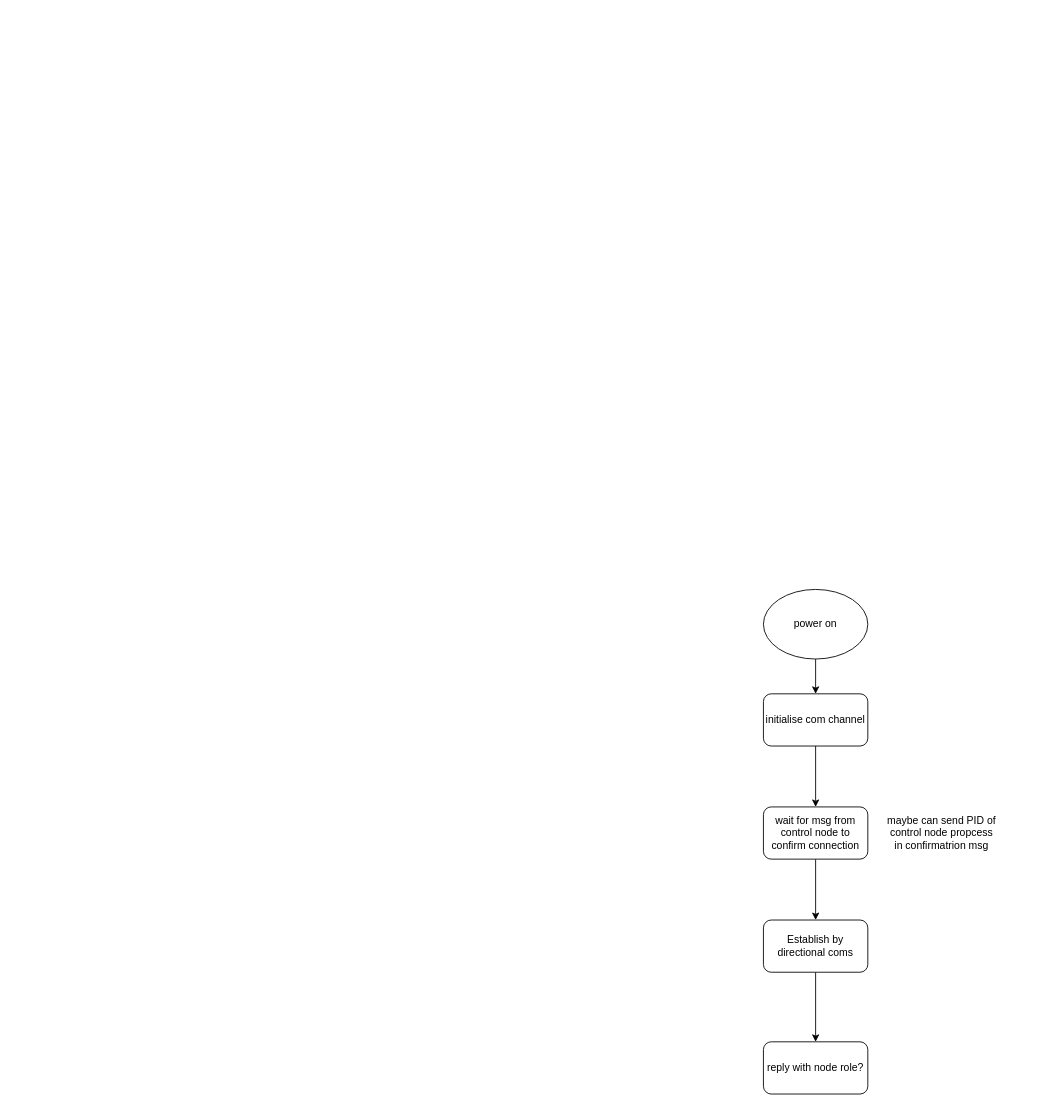
Above: 01_Software/05_Common/Status_update/flowchart.drawio in JayZiz/RTOS_Project_Group6 (draw.io), before the change. Source tidied: cells renumbered, new cells numbered last; positions are measured from the earlier drawing's top-left corner, leaving out a move shared by most shapes. Both pictures are drawn from the tidied source at 87%, with x=0, y=0 at pixel (763, 589).
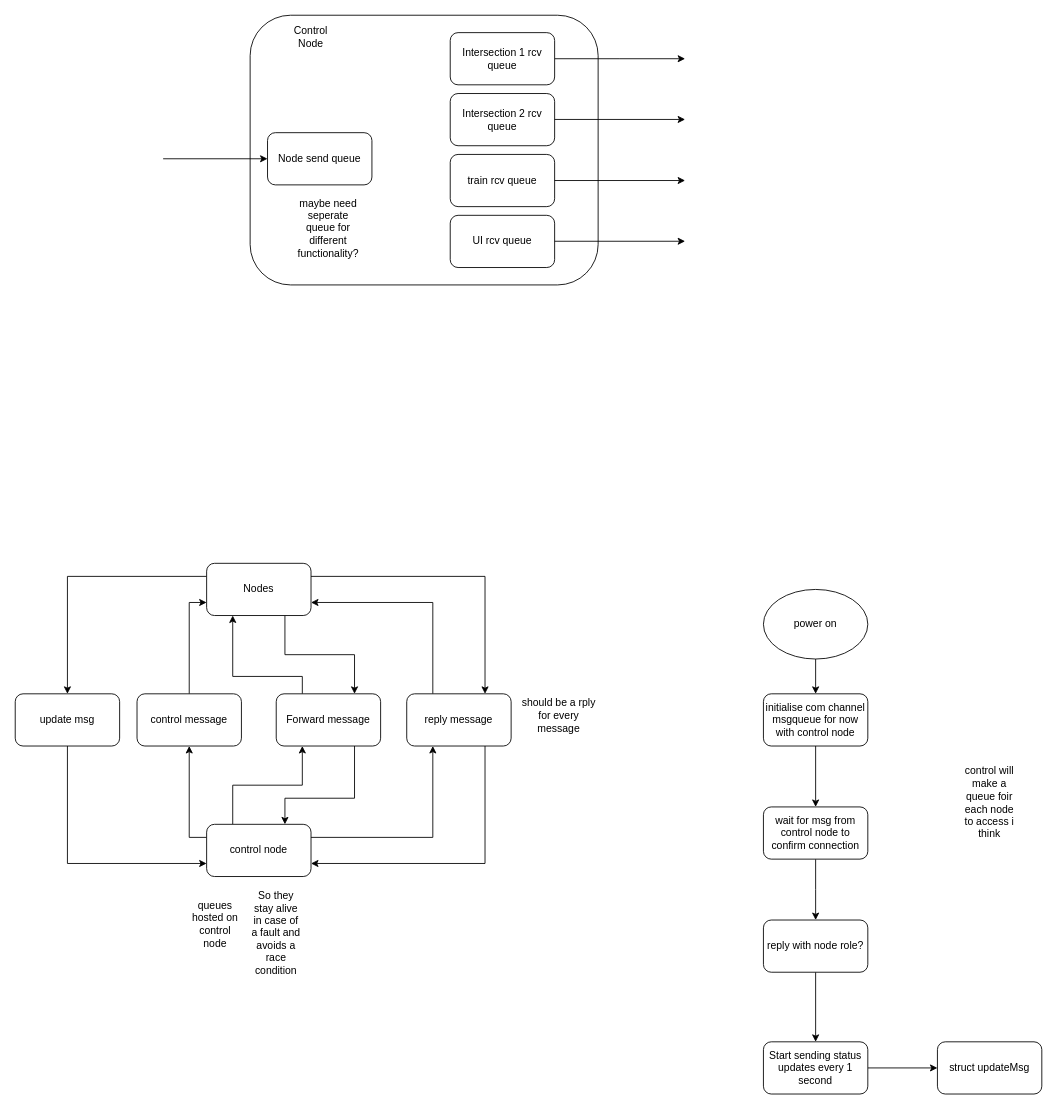
Above is the later version.

Commit message (it also covers changes not shown here):
pretty much done i think

The change refers to these unchanged cells:
```xml
<mxCell id="7" value="wait for msg from control node to confirm connection" style="rounded=1;whiteSpace=wrap;html=1;" parent="1" vertex="1">
  <mxGeometry y="250" width="120" height="60" as="geometry" />
</mxCell>
```

The edit, as a diff of the source:
```diff
@@
-    <mxCell id="5" value="initialise com channel" style="rounded=1;whiteSpace=wrap;html=1;" parent="1" vertex="1">
+    <mxCell id="5" value="initialise com channel msgqueue for now with control node" style="rounded=1;whiteSpace=wrap;html=1;" parent="1" vertex="1">
       <mxGeometry y="120" width="120" height="60" as="geometry" />
     </mxCell>
-    <mxCell id="6" style="edgeStyle=orthogonalEdgeStyle;rounded=0;jettySize=auto;html=1;" parent="1" edge="1" source="7" target="9">
-      <mxGeometry relative="1" as="geometry" />
+    <mxCell id="6" style="edgeStyle=orthogonalEdgeStyle;rounded=0;jettySize=auto;html=1;" parent="1" edge="1" source="7">
+      <mxGeometry relative="1" as="geometry">
+        <mxPoint x="60" y="380" as="targetPoint" />
+      </mxGeometry>
     </mxCell>
@@
-    <mxCell id="8" style="edgeStyle=orthogonalEdgeStyle;rounded=0;jettySize=auto;html=1;" parent="1" edge="1" source="9" target="10">
-      <mxGeometry relative="1" as="geometry" />
-    </mxCell>
-    <mxCell id="9" value="Establish by directional coms" style="rounded=1;whiteSpace=wrap;html=1;" parent="1" vertex="1">
-      <mxGeometry y="380" width="120" height="60" as="geometry" />
-    </mxCell>
+    <mxCell id="12" style="edgeStyle=orthogonalEdgeStyle;rounded=0;jettySize=auto;html=1;" parent="1" edge="1" source="10" target="14">
+      <mxGeometry relative="1" as="geometry" />
+    </mxCell>
     <mxCell id="10" value="reply with node role?" style="rounded=1;whiteSpace=wrap;html=1;" parent="1" vertex="1">
-      <mxGeometry y="520" width="120" height="60" as="geometry" />
+      <mxGeometry y="380" width="120" height="60" as="geometry" />
     </mxCell>
-    <mxCell id="11" value="maybe can send PID of control node propcess in confirmatrion msg" style="text;html=1;whiteSpace=wrap;strokeColor=none;fillColor=none;align=center;verticalAlign=middle;rounded=0;" parent="1" vertex="1">
-      <mxGeometry x="140" y="265" width="130" height="30" as="geometry" />
-    </mxCell>
+    <mxCell id="13" style="edgeStyle=orthogonalEdgeStyle;rounded=0;jettySize=auto;html=1;" parent="1" edge="1" source="14" target="15">
+      <mxGeometry relative="1" as="geometry" />
+    </mxCell>
+    <mxCell id="14" value="Start sending status updates every 1 second" style="whiteSpace=wrap;html=1;rounded=1;" parent="1" vertex="1">
+      <mxGeometry y="520" width="120" height="60" as="geometry" />
+    </mxCell>
+    <mxCell id="15" value="struct updateMsg" style="whiteSpace=wrap;html=1;rounded=1;" parent="1" vertex="1">
+      <mxGeometry x="200" y="520" width="120" height="60" as="geometry" />
+    </mxCell>
+    <mxCell id="16" value="control will make a queue foir each node to access i think" style="text;html=1;whiteSpace=wrap;strokeColor=none;fillColor=none;align=center;verticalAlign=middle;rounded=0;" parent="1" vertex="1">
+      <mxGeometry x="230" y="230" width="60" height="30" as="geometry" />
+    </mxCell>
+    <mxCell id="17" style="edgeStyle=orthogonalEdgeStyle;rounded=0;jettySize=auto;html=1;entryX=0.5;entryY=1;entryDx=0;entryDy=0;exitX=0;exitY=0.25;exitDx=0;exitDy=0;" parent="1" edge="1" source="20" target="28">
+      <mxGeometry relative="1" as="geometry" />
+    </mxCell>
+    <mxCell id="18" style="edgeStyle=orthogonalEdgeStyle;rounded=0;jettySize=auto;html=1;exitX=0.25;exitY=0;exitDx=0;exitDy=0;entryX=0.25;entryY=1;entryDx=0;entryDy=0;" parent="1" edge="1" source="20" target="31">
+      <mxGeometry relative="1" as="geometry" />
+    </mxCell>
+    <mxCell id="19" style="edgeStyle=orthogonalEdgeStyle;rounded=0;jettySize=auto;html=1;exitX=1;exitY=0.25;exitDx=0;exitDy=0;entryX=0.25;entryY=1;entryDx=0;entryDy=0;" parent="1" edge="1" source="20" target="34">
+      <mxGeometry relative="1" as="geometry" />
+    </mxCell>
+    <mxCell id="20" value="control node" style="rounded=1;whiteSpace=wrap;html=1;" parent="1" vertex="1">
+      <mxGeometry x="-640" y="270" width="120" height="60" as="geometry" />
+    </mxCell>
+    <mxCell id="21" style="edgeStyle=orthogonalEdgeStyle;rounded=0;jettySize=auto;html=1;entryX=0.5;entryY=0;entryDx=0;entryDy=0;exitX=0;exitY=0.25;exitDx=0;exitDy=0;" parent="1" edge="1" source="24" target="26">
+      <mxGeometry relative="1" as="geometry" />
+    </mxCell>
+    <mxCell id="22" style="edgeStyle=orthogonalEdgeStyle;rounded=0;jettySize=auto;html=1;exitX=0.75;exitY=1;exitDx=0;exitDy=0;entryX=0.75;entryY=0;entryDx=0;entryDy=0;" parent="1" edge="1" source="24" target="31">
+      <mxGeometry relative="1" as="geometry" />
+    </mxCell>
+    <mxCell id="23" style="edgeStyle=orthogonalEdgeStyle;rounded=0;jettySize=auto;html=1;exitX=1;exitY=0.25;exitDx=0;exitDy=0;entryX=0.75;entryY=0;entryDx=0;entryDy=0;" parent="1" edge="1" source="24" target="34">
+      <mxGeometry relative="1" as="geometry" />
+    </mxCell>
+    <mxCell id="24" value="Nodes" style="rounded=1;whiteSpace=wrap;html=1;" parent="1" vertex="1">
+      <mxGeometry x="-640" y="-30" width="120" height="60" as="geometry" />
+    </mxCell>
+    <mxCell id="25" style="edgeStyle=orthogonalEdgeStyle;rounded=0;jettySize=auto;html=1;exitX=0.5;exitY=1;exitDx=0;exitDy=0;entryX=0;entryY=0.75;entryDx=0;entryDy=0;" parent="1" edge="1" source="26" target="20">
+      <mxGeometry relative="1" as="geometry" />
+    </mxCell>
+    <mxCell id="26" value="update msg" style="rounded=1;whiteSpace=wrap;html=1;" parent="1" vertex="1">
+      <mxGeometry x="-860" y="120" width="120" height="60" as="geometry" />
+    </mxCell>
+    <mxCell id="27" style="edgeStyle=orthogonalEdgeStyle;rounded=0;jettySize=auto;html=1;exitX=0.5;exitY=0;exitDx=0;exitDy=0;entryX=0;entryY=0.75;entryDx=0;entryDy=0;" parent="1" edge="1" source="28" target="24">
+      <mxGeometry relative="1" as="geometry" />
+    </mxCell>
+    <mxCell id="28" value="control message" style="rounded=1;whiteSpace=wrap;html=1;" parent="1" vertex="1">
+      <mxGeometry x="-720" y="120" width="120" height="60" as="geometry" />
+    </mxCell>
+    <mxCell id="29" style="edgeStyle=orthogonalEdgeStyle;rounded=0;jettySize=auto;html=1;exitX=0.25;exitY=0;exitDx=0;exitDy=0;entryX=0.25;entryY=1;entryDx=0;entryDy=0;" parent="1" edge="1" source="31" target="24">
+      <mxGeometry relative="1" as="geometry">
+        <Array as="points">
+          <mxPoint x="-530" y="100" />
+          <mxPoint x="-610" y="100" />
+        </Array>
+      </mxGeometry>
+    </mxCell>
+    <mxCell id="30" style="edgeStyle=orthogonalEdgeStyle;rounded=0;jettySize=auto;html=1;exitX=0.75;exitY=1;exitDx=0;exitDy=0;entryX=0.75;entryY=0;entryDx=0;entryDy=0;" parent="1" edge="1" source="31" target="20">
+      <mxGeometry relative="1" as="geometry">
+        <Array as="points">
+          <mxPoint x="-470" y="240" />
+          <mxPoint x="-550" y="240" />
+        </Array>
+      </mxGeometry>
+    </mxCell>
+    <mxCell id="31" value="Forward message" style="rounded=1;whiteSpace=wrap;html=1;" parent="1" vertex="1">
+      <mxGeometry x="-560" y="120" width="120" height="60" as="geometry" />
+    </mxCell>
+    <mxCell id="32" style="edgeStyle=orthogonalEdgeStyle;rounded=0;jettySize=auto;html=1;exitX=0.25;exitY=0;exitDx=0;exitDy=0;entryX=1;entryY=0.75;entryDx=0;entryDy=0;" parent="1" edge="1" source="34" target="24">
+      <mxGeometry relative="1" as="geometry" />
+    </mxCell>
+    <mxCell id="33" style="edgeStyle=orthogonalEdgeStyle;rounded=0;jettySize=auto;html=1;exitX=0.75;exitY=1;exitDx=0;exitDy=0;entryX=1;entryY=0.75;entryDx=0;entryDy=0;" parent="1" edge="1" source="34" target="20">
+      <mxGeometry relative="1" as="geometry" />
+    </mxCell>
+    <mxCell id="34" value="reply message" style="rounded=1;whiteSpace=wrap;html=1;" parent="1" vertex="1">
+      <mxGeometry x="-410" y="120" width="120" height="60" as="geometry" />
+    </mxCell>
+    <mxCell id="35" value="should be a rply for every message" style="text;html=1;whiteSpace=wrap;strokeColor=none;fillColor=none;align=center;verticalAlign=middle;rounded=0;" parent="1" vertex="1">
+      <mxGeometry x="-280" y="130" width="90" height="30" as="geometry" />
+    </mxCell>
+    <mxCell id="36" value="queues hosted on control node" style="text;html=1;whiteSpace=wrap;strokeColor=none;fillColor=none;align=center;verticalAlign=middle;rounded=0;" parent="1" vertex="1">
+      <mxGeometry x="-660" y="370" width="60" height="30" as="geometry" />
+    </mxCell>
+    <mxCell id="37" value="So they stay alive in case of a fault and avoids a race condition" style="text;html=1;whiteSpace=wrap;strokeColor=none;fillColor=none;align=center;verticalAlign=middle;rounded=0;" parent="1" vertex="1">
+      <mxGeometry x="-590" y="380" width="60" height="30" as="geometry" />
+    </mxCell>
+    <mxCell id="38" style="rounded=1;whiteSpace=wrap;html=1;" parent="1" vertex="1">
+      <mxGeometry x="-590" y="-660" width="400" height="310" as="geometry" />
+    </mxCell>
+    <mxCell id="39" value="Node send queue" style="rounded=1;whiteSpace=wrap;html=1;" parent="1" vertex="1">
+      <mxGeometry x="-570" y="-525" width="120" height="60" as="geometry" />
+    </mxCell>
+    <mxCell id="40" style="edgeStyle=orthogonalEdgeStyle;rounded=0;jettySize=auto;html=1;exitX=1;exitY=0.5;exitDx=0;exitDy=0;" parent="1" edge="1" source="41">
+      <mxGeometry relative="1" as="geometry">
+        <mxPoint x="-90" y="-610" as="targetPoint" />
+      </mxGeometry>
+    </mxCell>
+    <mxCell id="41" value="Intersection 1 rcv queue" style="rounded=1;whiteSpace=wrap;html=1;" parent="1" vertex="1">
+      <mxGeometry x="-360" y="-640" width="120" height="60" as="geometry" />
+    </mxCell>
+    <mxCell id="42" value="Intersection 2 rcv queue" style="rounded=1;whiteSpace=wrap;html=1;" parent="1" vertex="1">
+      <mxGeometry x="-360" y="-570" width="120" height="60" as="geometry" />
+    </mxCell>
+    <mxCell id="43" value="train rcv queue" style="rounded=1;whiteSpace=wrap;html=1;" parent="1" vertex="1">
+      <mxGeometry x="-360" y="-500" width="120" height="60" as="geometry" />
+    </mxCell>
+    <mxCell id="44" value="UI rcv queue" style="rounded=1;whiteSpace=wrap;html=1;" parent="1" vertex="1">
+      <mxGeometry x="-360" y="-430" width="120" height="60" as="geometry" />
+    </mxCell>
+    <mxCell id="45" style="endArrow=classic;html=1;rounded=0;entryX=0;entryY=0.5;entryDx=0;entryDy=0;" parent="1" edge="1" target="39">
+      <mxGeometry relative="1" as="geometry">
+        <mxPoint x="-690" y="-495" as="sourcePoint" />
+      </mxGeometry>
+    </mxCell>
+    <mxCell id="46" style="edgeStyle=orthogonalEdgeStyle;rounded=0;orthogonalLoop=1;jettySize=auto;html=1;exitX=1;exitY=0.5;exitDx=0;exitDy=0;" parent="1" edge="1">
+      <mxGeometry relative="1" as="geometry">
+        <mxPoint x="-240" y="-540.2" as="sourcePoint" />
+        <mxPoint x="-90" y="-540.2" as="targetPoint" />
+      </mxGeometry>
+    </mxCell>
+    <mxCell id="47" style="edgeStyle=orthogonalEdgeStyle;rounded=0;orthogonalLoop=1;jettySize=auto;html=1;exitX=1;exitY=0.5;exitDx=0;exitDy=0;" parent="1" edge="1">
+      <mxGeometry relative="1" as="geometry">
+        <mxPoint x="-240" y="-470" as="sourcePoint" />
+        <mxPoint x="-90" y="-470" as="targetPoint" />
+      </mxGeometry>
+    </mxCell>
+    <mxCell id="48" style="edgeStyle=orthogonalEdgeStyle;rounded=0;orthogonalLoop=1;jettySize=auto;html=1;exitX=1;exitY=0.5;exitDx=0;exitDy=0;" parent="1" edge="1">
+      <mxGeometry relative="1" as="geometry">
+        <mxPoint x="-240" y="-400.2" as="sourcePoint" />
+        <mxPoint x="-90" y="-400.2" as="targetPoint" />
+      </mxGeometry>
+    </mxCell>
+    <mxCell id="49" value="Control Node" style="text;html=1;whiteSpace=wrap;strokeColor=none;fillColor=none;align=center;verticalAlign=middle;rounded=0;" parent="1" vertex="1">
+      <mxGeometry x="-550" y="-650" width="60" height="30" as="geometry" />
+    </mxCell>
+    <mxCell id="50" value="maybe need seperate queue for different functionality?" style="text;html=1;whiteSpace=wrap;strokeColor=none;fillColor=none;align=center;verticalAlign=middle;rounded=0;" parent="1" vertex="1">
+      <mxGeometry x="-530" y="-430" width="60" height="30" as="geometry" />
+    </mxCell>
```
